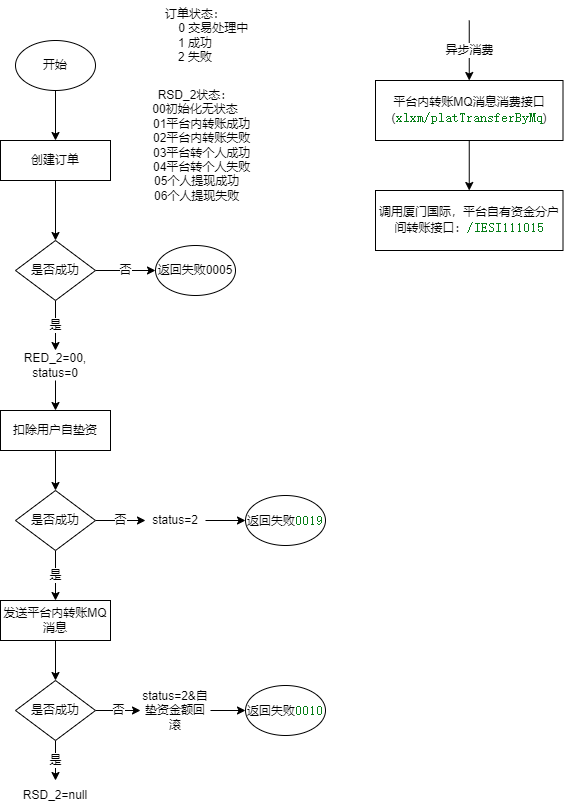
Above: 厦门国际代付订单状态流转.drawio.png in songyibo2019/mydiagrams (draw.io), before the change. Source tidied: cells renumbered, new cells last; positions are measured from the earlier drawing's top-left corner, leaving out a move shared by most shapes.
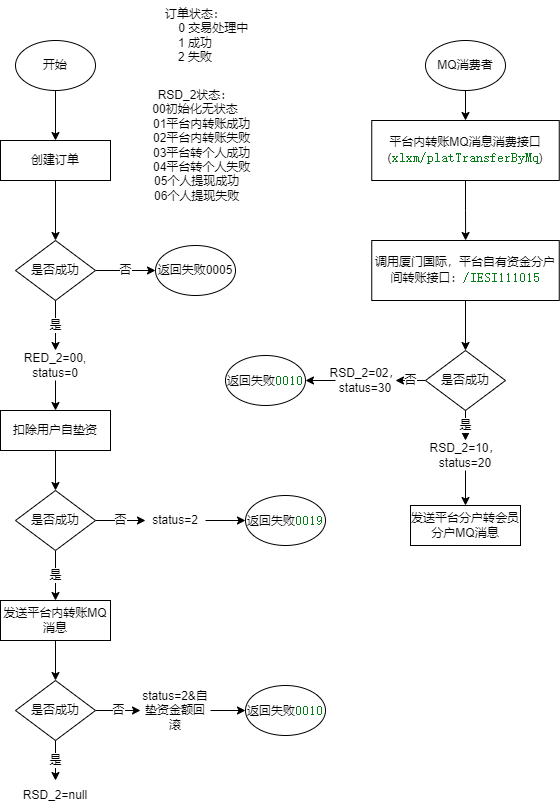
The same file after the commit.

Commit message:
Update 厦门国际代付订单状态流转.drawio.png

Diff of the diagram source:
```diff
@@ -91,19 +91,50 @@
     <mxCell id="30" value="返回失败&lt;span style=&quot;color: rgb(6 , 125 , 23) ; background-color: rgb(255 , 255 , 255) ; font-family: &amp;#34;jetbrains mono&amp;#34; , monospace ; font-size: 9.8pt&quot;&gt;0010&lt;/span&gt;" style="ellipse;whiteSpace=wrap;html=1;" parent="1" vertex="1">
       <mxGeometry x="245" y="685" width="80" height="50" as="geometry" />
     </mxCell>
-    <mxCell id="31" style="edgeStyle=orthogonalEdgeStyle;rounded=0;jettySize=auto;html=1;exitX=0.5;exitY=1;exitDx=0;exitDy=0;entryX=0.5;entryY=0;entryDx=0;entryDy=0;fontSize=10;" parent="1" edge="1" source="32" target="34">
+    <mxCell id="31" style="edgeStyle=orthogonalEdgeStyle;rounded=0;jettySize=auto;html=1;exitX=0.5;exitY=1;exitDx=0;exitDy=0;" parent="1" edge="1" source="32" target="34">
       <mxGeometry relative="1" as="geometry" />
     </mxCell>
     <mxCell id="32" value="平台内转账MQ消息消费接口(&lt;span style=&quot;color: rgb(6 , 125 , 23) ; background-color: rgb(255 , 255 , 255) ; font-family: &amp;#34;jetbrains mono&amp;#34; , monospace ; font-size: 9.8pt&quot;&gt;xlxm/platTransferByMq&lt;/span&gt;&lt;span&gt;)&lt;/span&gt;" style="rounded=0;whiteSpace=wrap;html=1;" parent="1" vertex="1">
-      <mxGeometry x="375" y="80" width="187.5" height="60" as="geometry" />
+      <mxGeometry x="371.2" y="120" width="187.5" height="60" as="geometry" />
     </mxCell>
-    <mxCell id="33" value="异步消费" style="endArrow=classic;html=1;rounded=0;fontSize=10;entryX=0.5;entryY=0;entryDx=0;entryDy=0;" parent="1" edge="1" target="32">
-      <mxGeometry relative="1" as="geometry">
-        <mxPoint x="468.8" y="20" as="sourcePoint" />
-      </mxGeometry>
-    </mxCell>
+    <mxCell id="35" style="edgeStyle=orthogonalEdgeStyle;rounded=0;jettySize=auto;html=1;exitX=0.5;exitY=1;exitDx=0;exitDy=0;entryX=0.5;entryY=0;entryDx=0;entryDy=0;" parent="1" edge="1" source="34" target="40">
+      <mxGeometry relative="1" as="geometry" />
+    </mxCell>
     <mxCell id="34" value="调用厦门国际，平台自有资金分户间转账接口：&lt;span style=&quot;color: rgb(6 , 125 , 23) ; background-color: rgb(255 , 255 , 255) ; font-family: &amp;#34;jetbrains mono&amp;#34; , monospace ; font-size: 9.8pt&quot;&gt;/IESI111015&lt;/span&gt;" style="rounded=0;whiteSpace=wrap;html=1;" parent="1" vertex="1">
-      <mxGeometry x="375" y="190" width="187.5" height="60" as="geometry" />
+      <mxGeometry x="371.2" y="240" width="187.5" height="60" as="geometry" />
     </mxCell>
+    <mxCell id="36" style="edgeStyle=orthogonalEdgeStyle;rounded=0;jettySize=auto;html=1;exitX=0.5;exitY=1;exitDx=0;exitDy=0;entryX=0.5;entryY=0;entryDx=0;entryDy=0;" parent="1" edge="1" source="37" target="32">
+      <mxGeometry relative="1" as="geometry" />
+    </mxCell>
+    <mxCell id="37" value="MQ消费者" style="ellipse;whiteSpace=wrap;html=1;" parent="1" vertex="1">
+      <mxGeometry x="425" y="40" width="80" height="50" as="geometry" />
+    </mxCell>
+    <mxCell id="38" value="否" style="edgeStyle=orthogonalEdgeStyle;rounded=0;jettySize=auto;html=1;exitX=0;exitY=0.5;exitDx=0;exitDy=0;" parent="1" edge="1" source="40" target="44">
+      <mxGeometry relative="1" as="geometry" />
+    </mxCell>
+    <mxCell id="39" value="是" style="edgeStyle=orthogonalEdgeStyle;rounded=0;jettySize=auto;html=1;exitX=0.5;exitY=1;exitDx=0;exitDy=0;" parent="1" edge="1" source="40" target="46">
+      <mxGeometry relative="1" as="geometry" />
+    </mxCell>
+    <mxCell id="40" value="是否成功" style="rhombus;whiteSpace=wrap;html=1;" parent="1" vertex="1">
+      <mxGeometry x="425" y="350" width="80" height="60" as="geometry" />
+    </mxCell>
+    <mxCell id="41" value="发送平台分户转会员分户MQ消息" style="rounded=0;whiteSpace=wrap;html=1;" parent="1" vertex="1">
+      <mxGeometry x="410" y="505" width="110" height="40" as="geometry" />
+    </mxCell>
+    <mxCell id="42" value="返回失败&lt;span style=&quot;color: rgb(6 , 125 , 23) ; background-color: rgb(255 , 255 , 255) ; font-family: &amp;#34;jetbrains mono&amp;#34; , monospace ; font-size: 9.8pt&quot;&gt;0010&lt;/span&gt;" style="ellipse;whiteSpace=wrap;html=1;" parent="1" vertex="1">
+      <mxGeometry x="225" y="355" width="80" height="50" as="geometry" />
+    </mxCell>
+    <mxCell id="43" style="edgeStyle=orthogonalEdgeStyle;rounded=0;jettySize=auto;html=1;exitX=0;exitY=0.5;exitDx=0;exitDy=0;entryX=1;entryY=0.5;entryDx=0;entryDy=0;" parent="1" edge="1" source="44" target="42">
+      <mxGeometry relative="1" as="geometry" />
+    </mxCell>
+    <mxCell id="44" value="RSD_2=02，&lt;br&gt;status=30" style="text;html=1;strokeColor=none;fillColor=none;align=center;verticalAlign=middle;whiteSpace=wrap;rounded=0;" parent="1" vertex="1">
+      <mxGeometry x="335" y="365" width="60" height="30" as="geometry" />
+    </mxCell>
+    <mxCell id="45" style="edgeStyle=orthogonalEdgeStyle;rounded=0;jettySize=auto;html=1;exitX=0.5;exitY=1;exitDx=0;exitDy=0;entryX=0.5;entryY=0;entryDx=0;entryDy=0;" parent="1" edge="1" source="46" target="41">
+      <mxGeometry relative="1" as="geometry" />
+    </mxCell>
+    <mxCell id="46" value="RSD_2=10，&lt;br&gt;status=20" style="text;html=1;strokeColor=none;fillColor=none;align=center;verticalAlign=middle;whiteSpace=wrap;rounded=0;" parent="1" vertex="1">
+      <mxGeometry x="435" y="440" width="60" height="30" as="geometry" />
+    </mxCell>
   </root>
 </mxGraphModel>
```
